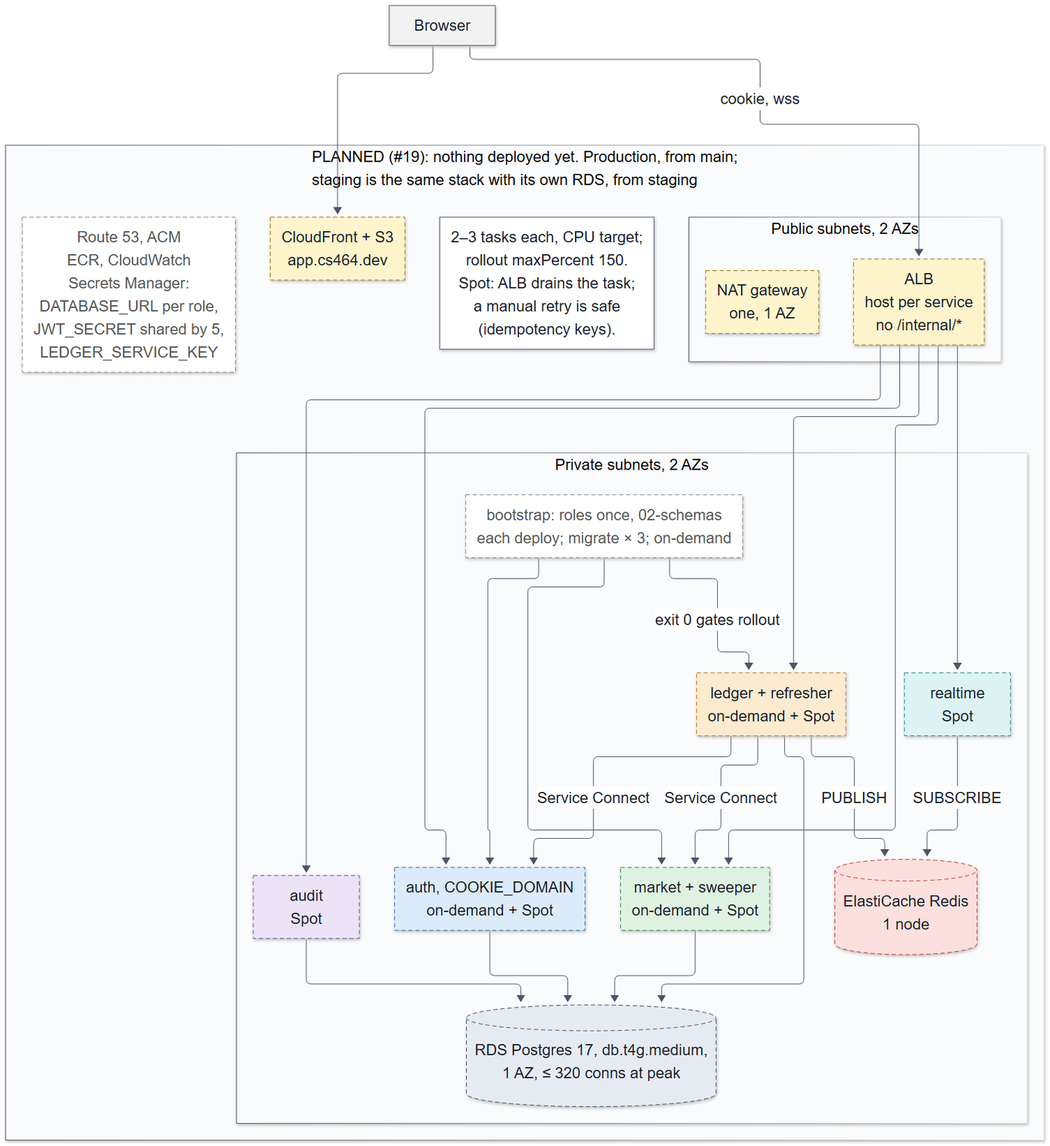
This is docs/diagrams/rendered/02-cloud-deployment.png from decker757/CS464, a Mermaid export, as it was before one commit. Its source is kept beside it as docs/diagrams/02-cloud-deployment.mmd.
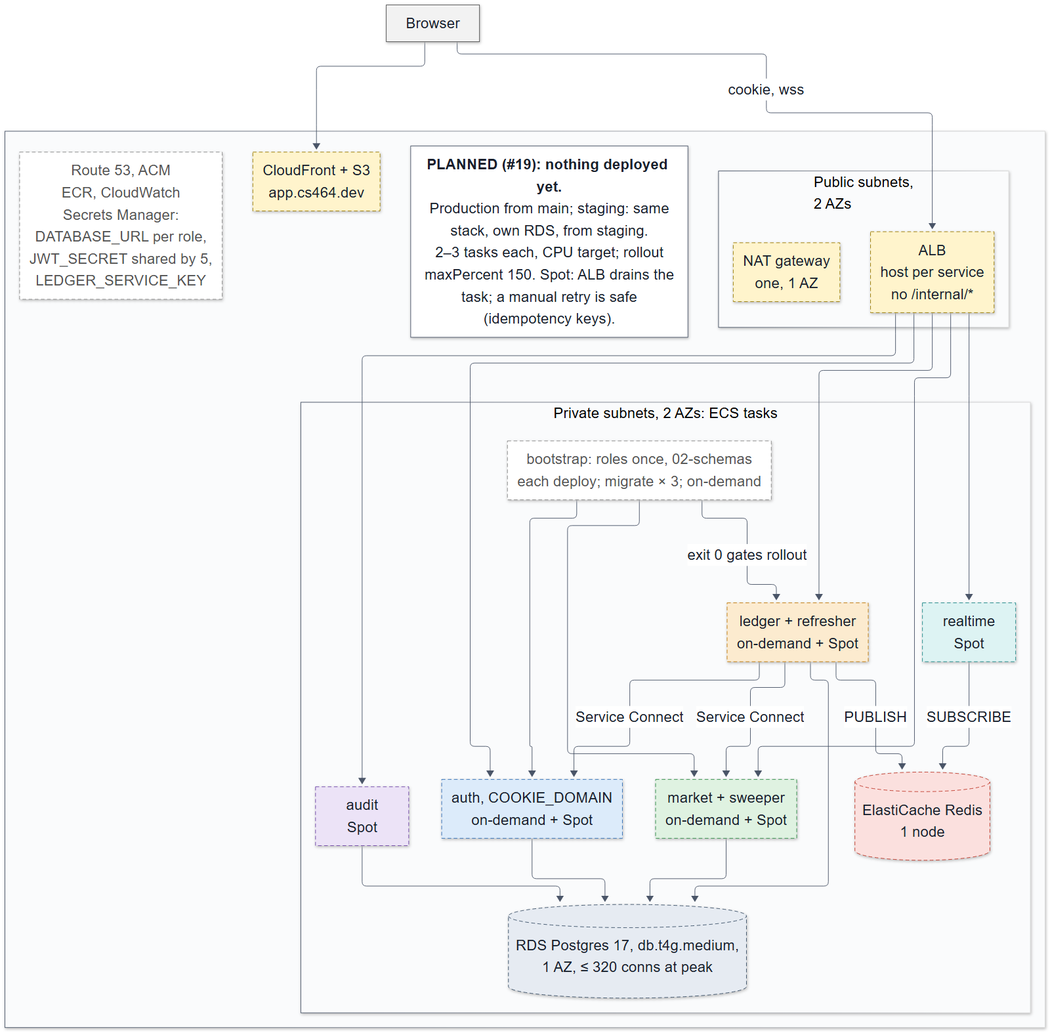
The same diagram one commit later.

The edit, as a diff of the source:
```diff
@@ -1,16 +1,16 @@
-%%{init: {"elk": {"lineHops": false}, "flowchart": {"wrappingWidth": 420}, "themeVariables": {"fontSize": "22px"}}}%%
+%%{init: {"elk": {"lineHops": false}, "flowchart": {"wrappingWidth": 420}, "themeVariables": {"fontSize": "24px"}}}%%
 flowchart TB
     browser["Browser"]
 
-    subgraph aws["PLANNED (#19): nothing deployed yet. Production, from main;<br/>staging is the same stack with its own RDS, from staging"]
+    subgraph aws[" "]
         cdn["CloudFront + S3<br/>app.cs464.dev"]
 
-        subgraph pub["Public subnets, 2 AZs"]
+        subgraph pub["Public subnets,<br/>2 AZs"]
             alb["ALB<br/>host per service<br/>no /internal/*"]
             nat["NAT gateway<br/>one, 1 AZ"]
         end
 
-        subgraph priv["Private subnets, 2 AZs"]
+        subgraph priv["Private subnets, 2 AZs: ECS tasks"]
             mig["bootstrap: roles once, 02-schemas<br/>each deploy; migrate × 3; on-demand"]
             ledger["ledger + refresher<br/>on-demand + Spot"]
             realtime["realtime<br/>Spot"]
@@ -22,7 +22,7 @@
         end
 
         shared["Route 53, ACM<br/>ECR, CloudWatch<br/>Secrets Manager:<br/>DATABASE_URL per role,<br/>JWT_SECRET shared by 5,<br/>LEDGER_SERVICE_KEY"]
-        note["2–3 tasks each, CPU target;<br/>rollout maxPercent 150.<br/>Spot: ALB drains the task;<br/>a manual retry is safe<br/>(idempotency keys)."]
+        note["<b>PLANNED (#19): nothing deployed yet.</b><br/>Production from main; staging: same<br/>stack, own RDS, from staging.<br/>2–3 tasks each, CPU target; rollout<br/>maxPercent 150. Spot: ALB drains the<br/>task; a manual retry is safe<br/>(idempotency keys)."]
     end
 
     browser --> cdn
```
